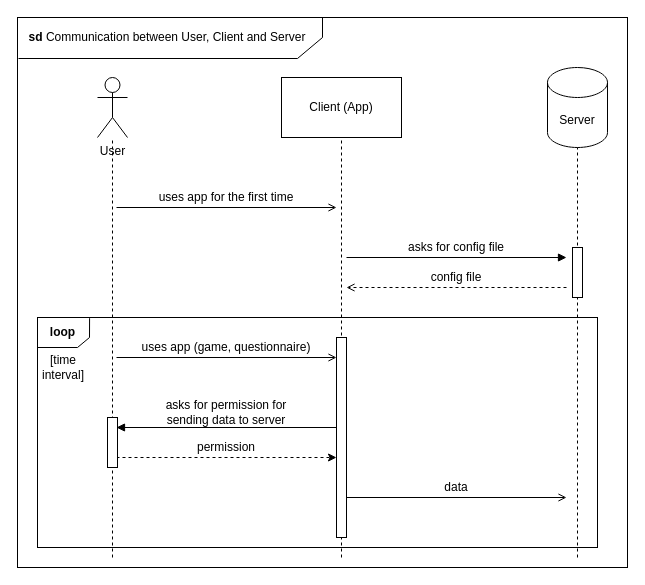
teamulster2/report keeps this draw.io diagram as diagrams/implementation/sq_user_client_server.drawio. Above is the earlier version. Source tidied: cells renumbered, new cells numbered last; positions are measured from the earlier drawing's top-left corner, leaving out a move shared by most shapes. Both pictures are drawn from the tidied source at 100%, with x=0, y=0 at pixel (17, 17).
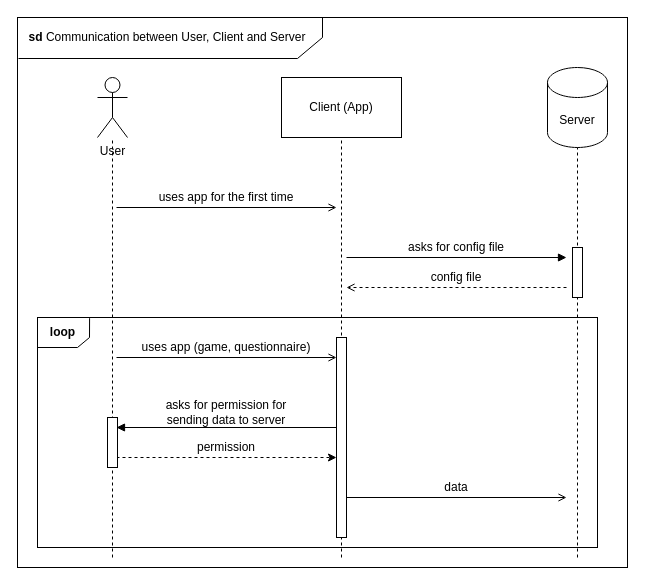
Above is the later version.

Change to the diagram source:
```diff
@@
-    <mxCell id="31" value="[time interval]" style="text;html=1;strokeColor=none;fillColor=none;align=center;verticalAlign=middle;whiteSpace=wrap;rounded=0;" parent="1" vertex="1">
-      <mxGeometry x="25.5" y="340" width="40" height="20" as="geometry" />
-    </mxCell>
```
